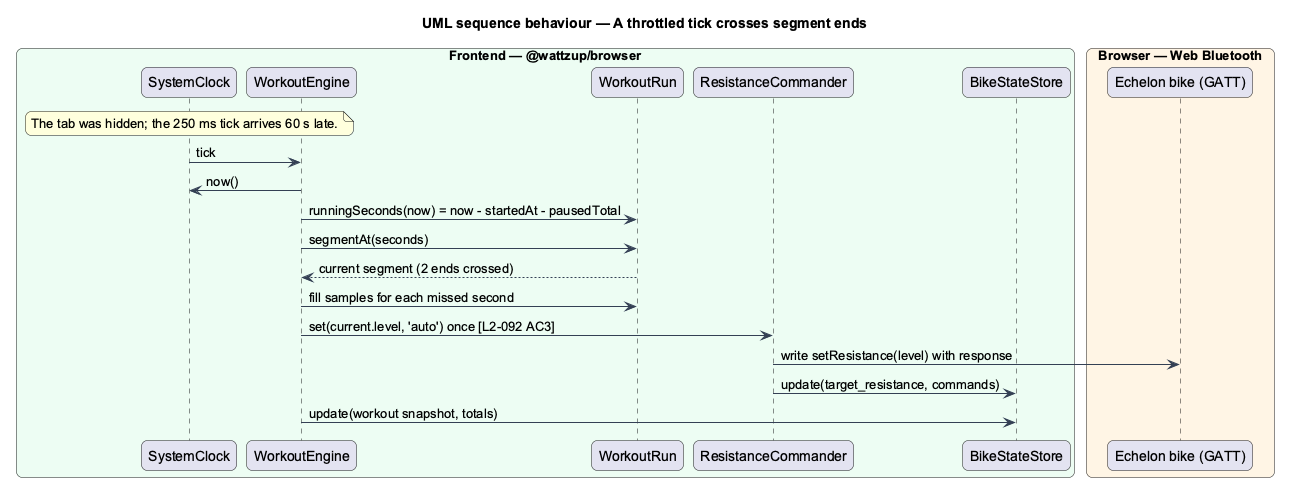
Before: docs/detailed-designs/browser-edition/run-rides-in-browser/diagrams/sequence-throttled-tick.png, a diagram exported from PlantUML (QuinntyneBrown/ride-one).
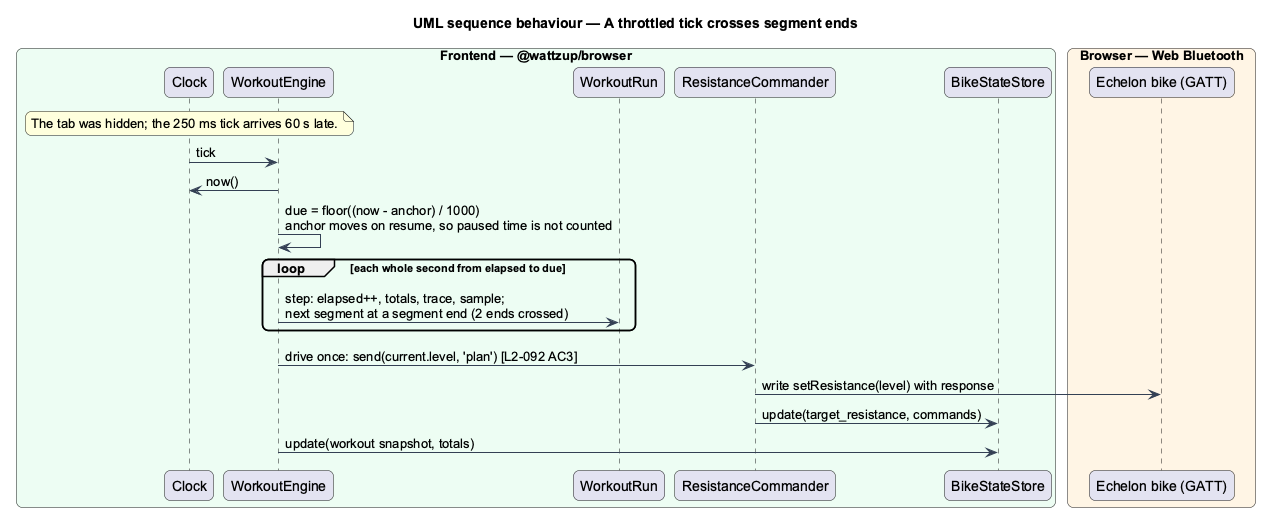
Later version of the same file.

Change to the diagram source:
```diff
@@ -6,7 +6,7 @@
 skinparam defaultFontName Arial
 skinparam ArrowColor #344054
 box "Frontend — @wattzup/browser" #ECFDF3
-  participant "SystemClock" as clock
+  participant "Clock" as clock
   participant "WorkoutEngine" as engine
   participant "WorkoutRun" as run
   participant "ResistanceCommander" as cmd
@@ -19,11 +19,11 @@
 note over clock : The tab was hidden; the 250 ms tick arrives 60 s late.
 clock -> engine : tick
 engine -> clock : now()
-engine -> run : runningSeconds(now) = now - startedAt - pausedTotal
-engine -> run : segmentAt(seconds)
-run --> engine : current segment (2 ends crossed)
-engine -> run : fill samples for each missed second
-engine -> cmd : set(current.level, 'auto') once [L2-092 AC3]
+engine -> engine : due = floor((now - anchor) / 1000)\nanchor moves on resume, so paused time is not counted
+loop each whole second from elapsed to due
+  engine -> run : step: elapsed++, totals, trace, sample;\nnext segment at a segment end (2 ends crossed)
+end
+engine -> cmd : drive once: send(current.level, 'plan') [L2-092 AC3]
 cmd -> bike : write setResistance(level) with response
 cmd -> store : update(target_resistance, commands)
 engine -> store : update(workout snapshot, totals)
```
